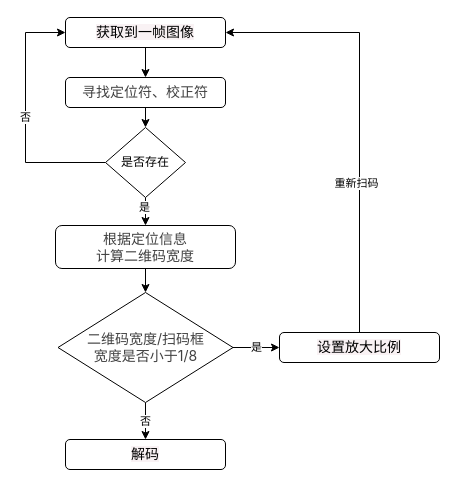
Earlier version of the draw.io diagram Untitled Diagram.drawio (458556778/zp). Source tidied: cells renumbered, new cells numbered last; positions are measured from the earlier drawing's top-left corner, leaving out a move shared by most shapes. Both pictures are drawn from the tidied source at 100%, with x=0, y=0 at pixel (25, 17).
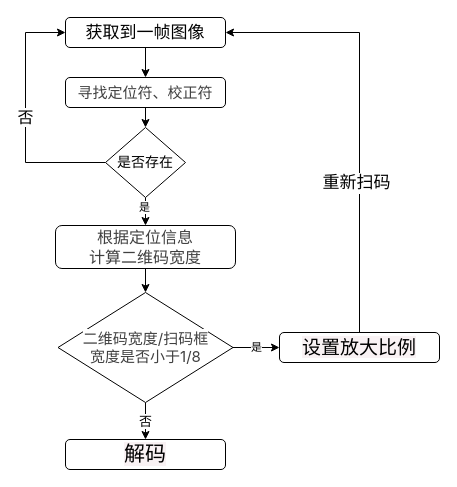
After the change.

Unchanged cells that the change refers to:
```xml
<mxCell id="16" style="edgeStyle=orthogonalEdgeStyle;rounded=0;jettySize=auto;html=1;exitX=0.5;exitY=0;exitDx=0;exitDy=0;entryX=1;entryY=0.5;entryDx=0;entryDy=0;" parent="1" edge="1" source="18" target="3">
  <mxGeometry relative="1" as="geometry" />
</mxCell>
```

The edit, as a diff of the source:
```diff
@@
-    <mxCell id="3" value="&lt;span style=&quot;font-family: &amp;#34;source code pro&amp;#34; , &amp;#34;dejavu sans mono&amp;#34; , &amp;#34;ubuntu mono&amp;#34; , &amp;#34;anonymous pro&amp;#34; , &amp;#34;droid sans mono&amp;#34; , &amp;#34;menlo&amp;#34; , &amp;#34;monaco&amp;#34; , &amp;#34;consolas&amp;#34; , &amp;#34;inconsolata&amp;#34; , &amp;#34;courier&amp;#34; , monospace , &amp;#34;pingfang sc&amp;#34; , &amp;#34;microsoft yahei&amp;#34; , sans-serif ; font-size: 14px ; background-color: rgb(249 , 242 , 244)&quot;&gt;获取到一帧图像&lt;br&gt;&lt;/span&gt;" style="rounded=1;whiteSpace=wrap;html=1;fontSize=12;glass=0;strokeWidth=1;shadow=0;" parent="1" vertex="1">
+    <mxCell id="3" value="&lt;span style=&quot;font-family: &amp;#34;source code pro&amp;#34; , &amp;#34;dejavu sans mono&amp;#34; , &amp;#34;ubuntu mono&amp;#34; , &amp;#34;anonymous pro&amp;#34; , &amp;#34;droid sans mono&amp;#34; , &amp;#34;menlo&amp;#34; , &amp;#34;monaco&amp;#34; , &amp;#34;consolas&amp;#34; , &amp;#34;inconsolata&amp;#34; , &amp;#34;courier&amp;#34; , monospace , &amp;#34;pingfang sc&amp;#34; , &amp;#34;microsoft yahei&amp;#34; , sans-serif ; font-size: 17px&quot;&gt;&lt;span style=&quot;background-color: rgb(255 , 255 , 255)&quot;&gt;获取到一帧图像&lt;/span&gt;&lt;br style=&quot;font-size: 17px&quot;&gt;&lt;/span&gt;" style="rounded=1;whiteSpace=wrap;html=1;fontSize=17;glass=0;strokeWidth=1;shadow=0;" parent="1" vertex="1">
       <mxGeometry x="40" width="160" height="30" as="geometry" />
     </mxCell>
@@
-    <mxCell id="5" value="&lt;span style=&quot;color: rgba(0 , 0 , 0 , 0.75) ; font-family: &amp;#34;microsoft yahei&amp;#34; , &amp;#34;sf pro display&amp;#34; , &amp;#34;roboto&amp;#34; , &amp;#34;noto&amp;#34; , &amp;#34;arial&amp;#34; , &amp;#34;pingfang sc&amp;#34; , sans-serif ; text-align: left ; background-color: rgb(255 , 255 , 255)&quot;&gt;&lt;font style=&quot;font-size: 14px&quot;&gt;寻找定位符、校正符&lt;/font&gt;&lt;/span&gt;&lt;span style=&quot;font-family: &amp;#34;source code pro&amp;#34; , &amp;#34;dejavu sans mono&amp;#34; , &amp;#34;ubuntu mono&amp;#34; , &amp;#34;anonymous pro&amp;#34; , &amp;#34;droid sans mono&amp;#34; , &amp;#34;menlo&amp;#34; , &amp;#34;monaco&amp;#34; , &amp;#34;consolas&amp;#34; , &amp;#34;inconsolata&amp;#34; , &amp;#34;courier&amp;#34; , monospace , &amp;#34;pingfang sc&amp;#34; , &amp;#34;microsoft yahei&amp;#34; , sans-serif ; font-size: 14px ; background-color: rgb(249 , 242 , 244)&quot;&gt;&lt;br&gt;&lt;/span&gt;" style="rounded=1;whiteSpace=wrap;html=1;fontSize=12;glass=0;strokeWidth=1;shadow=0;" parent="1" vertex="1">
+    <mxCell id="5" value="&lt;span style=&quot;color: rgba(0 , 0 , 0 , 0.75) ; font-family: &amp;#34;microsoft yahei&amp;#34; , &amp;#34;sf pro display&amp;#34; , &amp;#34;roboto&amp;#34; , &amp;#34;noto&amp;#34; , &amp;#34;arial&amp;#34; , &amp;#34;pingfang sc&amp;#34; , sans-serif ; text-align: left ; background-color: rgb(255 , 255 , 255)&quot;&gt;&lt;font style=&quot;font-size: 15px&quot;&gt;寻找定位符、校正符&lt;/font&gt;&lt;/span&gt;&lt;span style=&quot;font-family: &amp;#34;source code pro&amp;#34; , &amp;#34;dejavu sans mono&amp;#34; , &amp;#34;ubuntu mono&amp;#34; , &amp;#34;anonymous pro&amp;#34; , &amp;#34;droid sans mono&amp;#34; , &amp;#34;menlo&amp;#34; , &amp;#34;monaco&amp;#34; , &amp;#34;consolas&amp;#34; , &amp;#34;inconsolata&amp;#34; , &amp;#34;courier&amp;#34; , monospace , &amp;#34;pingfang sc&amp;#34; , &amp;#34;microsoft yahei&amp;#34; , sans-serif ; font-size: 14px ; background-color: rgb(249 , 242 , 244)&quot;&gt;&lt;br&gt;&lt;/span&gt;" style="rounded=1;whiteSpace=wrap;html=1;fontSize=12;glass=0;strokeWidth=1;shadow=0;" parent="1" vertex="1">
       <mxGeometry x="40" y="60" width="160" height="30" as="geometry" />
     </mxCell>
-    <mxCell id="6" style="edgeStyle=orthogonalEdgeStyle;rounded=0;jettySize=auto;html=1;exitX=0.5;exitY=1;exitDx=0;exitDy=0;entryX=0.5;entryY=0;entryDx=0;entryDy=0;" parent="1" edge="1" source="9" target="11">
+    <mxCell id="6" style="edgeStyle=orthogonalEdgeStyle;rounded=0;jettySize=auto;html=1;exitX=0.5;exitY=1;exitDx=0;exitDy=0;entryX=0.5;entryY=0;entryDx=0;entryDy=0;fontSize=14;" parent="1" edge="1" source="9" target="11">
       <mxGeometry relative="1" as="geometry" />
     </mxCell>
@@
-    <mxCell id="8" value="否" style="edgeStyle=orthogonalEdgeStyle;rounded=0;jettySize=auto;html=1;exitX=0;exitY=0.5;exitDx=0;exitDy=0;entryX=0;entryY=0.5;entryDx=0;entryDy=0;" parent="1" edge="1" source="9" target="3">
+    <mxCell id="8" value="否" style="edgeStyle=orthogonalEdgeStyle;rounded=0;jettySize=auto;html=1;exitX=0;exitY=0.5;exitDx=0;exitDy=0;entryX=0;entryY=0.5;entryDx=0;entryDy=0;fontSize=16;" parent="1" edge="1" source="9" target="3">
       <mxGeometry relative="1" as="geometry">
         <Array as="points">
           <mxPoint y="145" />
           <mxPoint y="15" />
         </Array>
       </mxGeometry>
     </mxCell>
-    <mxCell id="9" value="是否存在" style="rhombus;whiteSpace=wrap;html=1;" parent="1" vertex="1">
+    <mxCell id="9" value="是否存在" style="rhombus;whiteSpace=wrap;html=1;fontSize=14;" parent="1" vertex="1">
       <mxGeometry x="80" y="110" width="80" height="70" as="geometry" />
     </mxCell>
@@
-    <mxCell id="11" value="&lt;span style=&quot;color: rgba(0 , 0 , 0 , 0.75) ; font-family: &amp;#34;microsoft yahei&amp;#34; , &amp;#34;sf pro display&amp;#34; , &amp;#34;roboto&amp;#34; , &amp;#34;noto&amp;#34; , &amp;#34;arial&amp;#34; , &amp;#34;pingfang sc&amp;#34; , sans-serif ; text-align: left ; background-color: rgb(255 , 255 , 255)&quot;&gt;&lt;font style=&quot;font-size: 14px&quot;&gt;根据定位信息&lt;br&gt;计算二维码宽度&lt;/font&gt;&lt;/span&gt;&lt;span style=&quot;font-family: &amp;#34;source code pro&amp;#34; , &amp;#34;dejavu sans mono&amp;#34; , &amp;#34;ubuntu mono&amp;#34; , &amp;#34;anonymous pro&amp;#34; , &amp;#34;droid sans mono&amp;#34; , &amp;#34;menlo&amp;#34; , &amp;#34;monaco&amp;#34; , &amp;#34;consolas&amp;#34; , &amp;#34;inconsolata&amp;#34; , &amp;#34;courier&amp;#34; , monospace , &amp;#34;pingfang sc&amp;#34; , &amp;#34;microsoft yahei&amp;#34; , sans-serif ; font-size: 14px ; background-color: rgb(249 , 242 , 244)&quot;&gt;&lt;br&gt;&lt;/span&gt;" style="rounded=1;whiteSpace=wrap;html=1;fontSize=12;glass=0;strokeWidth=1;shadow=0;" parent="1" vertex="1">
+    <mxCell id="11" value="&lt;span style=&quot;color: rgba(0, 0, 0, 0.75); font-family: &amp;quot;microsoft yahei&amp;quot;, &amp;quot;sf pro display&amp;quot;, roboto, noto, arial, &amp;quot;pingfang sc&amp;quot;, sans-serif; text-align: left; background-color: rgb(255, 255, 255); font-size: 16px;&quot;&gt;&lt;font style=&quot;font-size: 16px;&quot;&gt;根据定位信息&lt;br style=&quot;font-size: 16px;&quot;&gt;计算二维码宽度&lt;/font&gt;&lt;/span&gt;&lt;span style=&quot;font-family: &amp;quot;source code pro&amp;quot;, &amp;quot;dejavu sans mono&amp;quot;, &amp;quot;ubuntu mono&amp;quot;, &amp;quot;anonymous pro&amp;quot;, &amp;quot;droid sans mono&amp;quot;, menlo, monaco, consolas, inconsolata, courier, monospace, &amp;quot;pingfang sc&amp;quot;, &amp;quot;microsoft yahei&amp;quot;, sans-serif; font-size: 16px; background-color: rgb(249, 242, 244);&quot;&gt;&lt;br style=&quot;font-size: 16px;&quot;&gt;&lt;/span&gt;" style="rounded=1;whiteSpace=wrap;html=1;fontSize=16;glass=0;strokeWidth=1;shadow=0;" parent="1" vertex="1">
       <mxGeometry x="30" y="208" width="180" height="43" as="geometry" />
     </mxCell>
-    <mxCell id="12" value="否" style="edgeStyle=orthogonalEdgeStyle;rounded=0;jettySize=auto;html=1;exitX=0.5;exitY=1;exitDx=0;exitDy=0;entryX=0.5;entryY=0;entryDx=0;entryDy=0;" parent="1" edge="1" source="14" target="15">
+    <mxCell id="12" value="否" style="edgeStyle=orthogonalEdgeStyle;rounded=0;jettySize=auto;html=1;exitX=0.5;exitY=1;exitDx=0;exitDy=0;entryX=0.5;entryY=0;entryDx=0;entryDy=0;fontSize=13;" parent="1" edge="1" source="14" target="15">
       <mxGeometry relative="1" as="geometry" />
     </mxCell>
@@
-    <mxCell id="14" value="&lt;span style=&quot;color: rgba(0 , 0 , 0 , 0.75) ; font-family: &amp;#34;microsoft yahei&amp;#34; , &amp;#34;sf pro display&amp;#34; , &amp;#34;roboto&amp;#34; , &amp;#34;noto&amp;#34; , &amp;#34;arial&amp;#34; , &amp;#34;pingfang sc&amp;#34; , sans-serif ; text-align: left ; background-color: rgb(255 , 255 , 255)&quot;&gt;&lt;font style=&quot;font-size: 14px&quot;&gt;二维码宽度/扫码框&lt;br&gt;宽度是否小于1/8&lt;/font&gt;&lt;/span&gt;" style="rhombus;whiteSpace=wrap;html=1;" parent="1" vertex="1">
+    <mxCell id="14" value="&lt;span style=&quot;color: rgba(0, 0, 0, 0.75); font-family: &amp;quot;microsoft yahei&amp;quot;, &amp;quot;sf pro display&amp;quot;, roboto, noto, arial, &amp;quot;pingfang sc&amp;quot;, sans-serif; text-align: left; background-color: rgb(255, 255, 255); font-size: 15px;&quot;&gt;&lt;font style=&quot;font-size: 15px;&quot;&gt;二维码宽度/扫码框&lt;br style=&quot;font-size: 15px;&quot;&gt;宽度是否小于1/8&lt;/font&gt;&lt;/span&gt;" style="rhombus;whiteSpace=wrap;html=1;fontSize=15;" parent="1" vertex="1">
       <mxGeometry x="32.5" y="275" width="175" height="110" as="geometry" />
     </mxCell>
-    <mxCell id="15" value="&lt;span style=&quot;font-family: &amp;#34;source code pro&amp;#34; , &amp;#34;dejavu sans mono&amp;#34; , &amp;#34;ubuntu mono&amp;#34; , &amp;#34;anonymous pro&amp;#34; , &amp;#34;droid sans mono&amp;#34; , &amp;#34;menlo&amp;#34; , &amp;#34;monaco&amp;#34; , &amp;#34;consolas&amp;#34; , &amp;#34;inconsolata&amp;#34; , &amp;#34;courier&amp;#34; , monospace , &amp;#34;pingfang sc&amp;#34; , &amp;#34;microsoft yahei&amp;#34; , sans-serif ; font-size: 14px ; background-color: rgb(249 , 242 , 244)&quot;&gt;解码&lt;br&gt;&lt;/span&gt;" style="rounded=1;whiteSpace=wrap;html=1;fontSize=12;glass=0;strokeWidth=1;shadow=0;" parent="1" vertex="1">
+    <mxCell id="15" value="&lt;span style=&quot;font-family: &amp;quot;source code pro&amp;quot;, &amp;quot;dejavu sans mono&amp;quot;, &amp;quot;ubuntu mono&amp;quot;, &amp;quot;anonymous pro&amp;quot;, &amp;quot;droid sans mono&amp;quot;, menlo, monaco, consolas, inconsolata, courier, monospace, &amp;quot;pingfang sc&amp;quot;, &amp;quot;microsoft yahei&amp;quot;, sans-serif; font-size: 21px; background-color: rgb(249, 242, 244);&quot;&gt;解码&lt;br style=&quot;font-size: 21px;&quot;&gt;&lt;/span&gt;" style="rounded=1;whiteSpace=wrap;html=1;fontSize=21;glass=0;strokeWidth=1;shadow=0;" parent="1" vertex="1">
       <mxGeometry x="40" y="422" width="160" height="30" as="geometry" />
     </mxCell>
@@
-    <mxCell id="17" value="重新扫码" style="edgeLabel;html=1;align=center;verticalAlign=middle;" parent="16" vertex="1">
+    <mxCell id="17" value="重新扫码" style="edgeLabel;html=1;align=center;verticalAlign=middle;fontSize=17;" parent="16" vertex="1">
       <mxGeometry x="-0.31" y="4" relative="1" as="geometry" />
     </mxCell>
-    <mxCell id="18" value="&lt;span style=&quot;font-family: &amp;#34;source code pro&amp;#34; , &amp;#34;dejavu sans mono&amp;#34; , &amp;#34;ubuntu mono&amp;#34; , &amp;#34;anonymous pro&amp;#34; , &amp;#34;droid sans mono&amp;#34; , &amp;#34;menlo&amp;#34; , &amp;#34;monaco&amp;#34; , &amp;#34;consolas&amp;#34; , &amp;#34;inconsolata&amp;#34; , &amp;#34;courier&amp;#34; , monospace , &amp;#34;pingfang sc&amp;#34; , &amp;#34;microsoft yahei&amp;#34; , sans-serif ; font-size: 14px ; background-color: rgb(249 , 242 , 244)&quot;&gt;设置放大比例&lt;br&gt;&lt;/span&gt;" style="rounded=1;whiteSpace=wrap;html=1;fontSize=12;glass=0;strokeWidth=1;shadow=0;" parent="1" vertex="1">
+    <mxCell id="18" value="&lt;span style=&quot;font-family: &amp;quot;source code pro&amp;quot;, &amp;quot;dejavu sans mono&amp;quot;, &amp;quot;ubuntu mono&amp;quot;, &amp;quot;anonymous pro&amp;quot;, &amp;quot;droid sans mono&amp;quot;, menlo, monaco, consolas, inconsolata, courier, monospace, &amp;quot;pingfang sc&amp;quot;, &amp;quot;microsoft yahei&amp;quot;, sans-serif; font-size: 19px; background-color: rgb(249, 242, 244);&quot;&gt;设置放大比例&lt;br style=&quot;font-size: 19px;&quot;&gt;&lt;/span&gt;" style="rounded=1;whiteSpace=wrap;html=1;fontSize=19;glass=0;strokeWidth=1;shadow=0;" parent="1" vertex="1">
       <mxGeometry x="254" y="315" width="160" height="30" as="geometry" />
     </mxCell>
```
